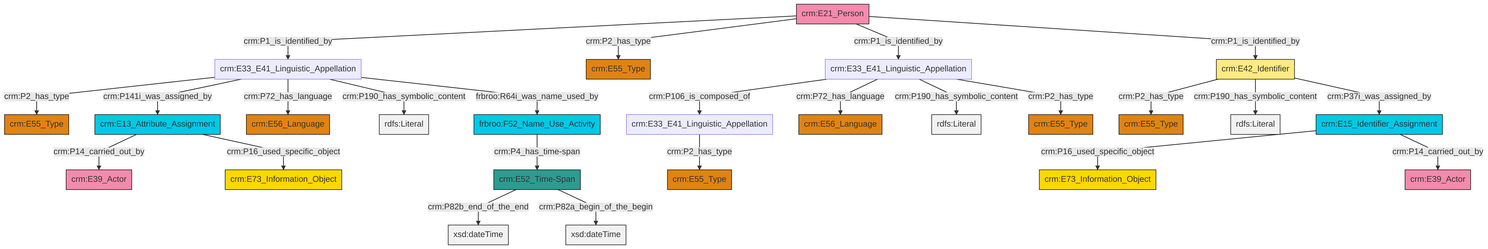
Above: et/personCSV/ttl/mmd/png/Person_Names_and_Classification.png in swiss-art-research-net/docs.swissartresearch (Mermaid), before the change. Its source is kept beside it as et/personCSV/ttl/mmd/Person_Names_and_Classification.ttl.mmd.
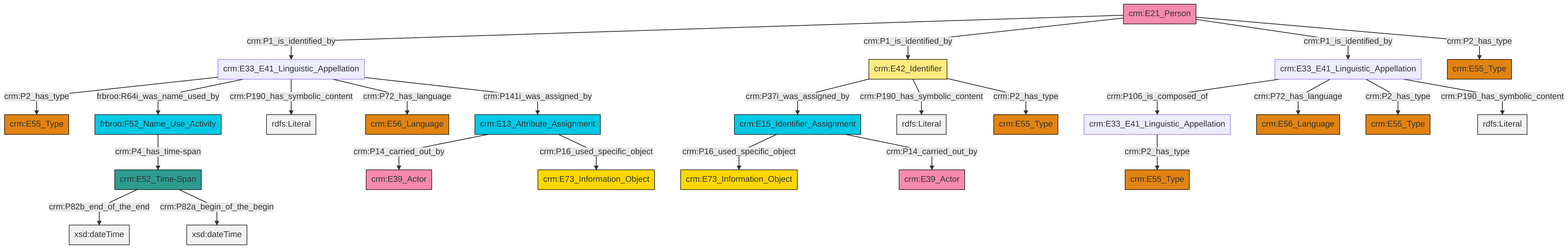
The same file after the commit.

The edit, as a diff of the source:
```diff
@@ -13,27 +13,27 @@
 classDef PC_Classes fill:#4ce600, stroke:#000000;
 classDef Multi fill:#cccccc,stroke:#000000;
 
-0["crm:E33_E41_Linguistic_Appellation"]:::Default -->|crm:P106_is_composed_of| 1["crm:E33_E41_Linguistic_Appellation"]:::Default
-2["crm:E42_Identifier"]:::Appellation -->|crm:P2_has_type| 3["crm:E55_Type"]:::Type
-0["crm:E33_E41_Linguistic_Appellation"]:::Default -->|crm:P72_has_language| 9["crm:E56_Language"]:::Type
-15["frbroo:F52_Name_Use_Activity"]:::Temporal_Entity -->|crm:P4_has_time-span| 16["crm:E52_Time-Span"]:::Time-Span
-16["crm:E52_Time-Span"]:::Time-Span -->|crm:P82b_end_of_the_end| 21[xsd:dateTime]:::Literal
-24["crm:E21_Person"]:::Actor -->|crm:P1_is_identified_by| 10["crm:E33_E41_Linguistic_Appellation"]:::Default
-10["crm:E33_E41_Linguistic_Appellation"]:::Default -->|crm:P2_has_type| 4["crm:E55_Type"]:::Type
-10["crm:E33_E41_Linguistic_Appellation"]:::Default -->|crm:P141i_was_assigned_by| 28["crm:E13_Attribute_Assignment"]:::Temporal_Entity
-2["crm:E42_Identifier"]:::Appellation -->|crm:P190_has_symbolic_content| 29[rdfs:Literal]:::Literal
-0["crm:E33_E41_Linguistic_Appellation"]:::Default -->|crm:P190_has_symbolic_content| 30[rdfs:Literal]:::Literal
-16["crm:E52_Time-Span"]:::Time-Span -->|crm:P82a_begin_of_the_begin| 35[xsd:dateTime]:::Literal
-24["crm:E21_Person"]:::Actor -->|crm:P2_has_type| 32["crm:E55_Type"]:::Type
-19["crm:E15_Identifier_Assignment"]:::Temporal_Entity -->|crm:P16_used_specific_object| 36["crm:E73_Information_Object"]:::Conceptual_Object
-10["crm:E33_E41_Linguistic_Appellation"]:::Default -->|crm:P72_has_language| 25["crm:E56_Language"]:::Type
-19["crm:E15_Identifier_Assignment"]:::Temporal_Entity -->|crm:P14_carried_out_by| 12["crm:E39_Actor"]:::Actor
-28["crm:E13_Attribute_Assignment"]:::Temporal_Entity -->|crm:P14_carried_out_by| 17["crm:E39_Actor"]:::Actor
-1["crm:E33_E41_Linguistic_Appellation"]:::Default -->|crm:P2_has_type| 6["crm:E55_Type"]:::Type
-10["crm:E33_E41_Linguistic_Appellation"]:::Default -->|crm:P190_has_symbolic_content| 41[rdfs:Literal]:::Literal
-10["crm:E33_E41_Linguistic_Appellation"]:::Default -->|frbroo:R64i_was_name_used_by| 15["frbroo:F52_Name_Use_Activity"]:::Temporal_Entity
-0["crm:E33_E41_Linguistic_Appellation"]:::Default -->|crm:P2_has_type| 37["crm:E55_Type"]:::Type
-24["crm:E21_Person"]:::Actor -->|crm:P1_is_identified_by| 0["crm:E33_E41_Linguistic_Appellation"]:::Default
-24["crm:E21_Person"]:::Actor -->|crm:P1_is_identified_by| 2["crm:E42_Identifier"]:::Appellation
-28["crm:E13_Attribute_Assignment"]:::Temporal_Entity -->|crm:P16_used_specific_object| 42["crm:E73_Information_Object"]:::Conceptual_Object
-2["crm:E42_Identifier"]:::Appellation -->|crm:P37i_was_assigned_by| 19["crm:E15_Identifier_Assignment"]:::Temporal_Entity
+4["crm:E13_Attribute_Assignment"]:::Temporal_Entity -->|crm:P14_carried_out_by| 5["crm:E39_Actor"]:::Actor
+6["crm:E33_E41_Linguistic_Appellation"]:::Default -->|crm:P2_has_type| 7["crm:E55_Type"]:::Type
+2["crm:E33_E41_Linguistic_Appellation"]:::Default -->|crm:P106_is_composed_of| 0["crm:E33_E41_Linguistic_Appellation"]:::Default
+2["crm:E33_E41_Linguistic_Appellation"]:::Default -->|crm:P72_has_language| 8["crm:E56_Language"]:::Type
+0["crm:E33_E41_Linguistic_Appellation"]:::Default -->|crm:P2_has_type| 11["crm:E55_Type"]:::Type
+2["crm:E33_E41_Linguistic_Appellation"]:::Default -->|crm:P2_has_type| 13["crm:E55_Type"]:::Type
+20["crm:E52_Time-Span"]:::Time-Span -->|crm:P82b_end_of_the_end| 21[xsd:dateTime]:::Literal
+23["crm:E21_Person"]:::Actor -->|crm:P1_is_identified_by| 6["crm:E33_E41_Linguistic_Appellation"]:::Default
+9["crm:E42_Identifier"]:::Appellation -->|crm:P37i_was_assigned_by| 24["crm:E15_Identifier_Assignment"]:::Temporal_Entity
+6["crm:E33_E41_Linguistic_Appellation"]:::Default -->|frbroo:R64i_was_name_used_by| 27["frbroo:F52_Name_Use_Activity"]:::Temporal_Entity
+23["crm:E21_Person"]:::Actor -->|crm:P1_is_identified_by| 9["crm:E42_Identifier"]:::Appellation
+9["crm:E42_Identifier"]:::Appellation -->|crm:P190_has_symbolic_content| 28[rdfs:Literal]:::Literal
+6["crm:E33_E41_Linguistic_Appellation"]:::Default -->|crm:P190_has_symbolic_content| 29[rdfs:Literal]:::Literal
+24["crm:E15_Identifier_Assignment"]:::Temporal_Entity -->|crm:P16_used_specific_object| 30["crm:E73_Information_Object"]:::Conceptual_Object
+20["crm:E52_Time-Span"]:::Time-Span -->|crm:P82a_begin_of_the_begin| 31[xsd:dateTime]:::Literal
+6["crm:E33_E41_Linguistic_Appellation"]:::Default -->|crm:P72_has_language| 33["crm:E56_Language"]:::Type
+9["crm:E42_Identifier"]:::Appellation -->|crm:P2_has_type| 18["crm:E55_Type"]:::Type
+24["crm:E15_Identifier_Assignment"]:::Temporal_Entity -->|crm:P14_carried_out_by| 16["crm:E39_Actor"]:::Actor
+27["frbroo:F52_Name_Use_Activity"]:::Temporal_Entity -->|crm:P4_has_time-span| 20["crm:E52_Time-Span"]:::Time-Span
+23["crm:E21_Person"]:::Actor -->|crm:P1_is_identified_by| 2["crm:E33_E41_Linguistic_Appellation"]:::Default
+2["crm:E33_E41_Linguistic_Appellation"]:::Default -->|crm:P190_has_symbolic_content| 44[rdfs:Literal]:::Literal
+6["crm:E33_E41_Linguistic_Appellation"]:::Default -->|crm:P141i_was_assigned_by| 4["crm:E13_Attribute_Assignment"]:::Temporal_Entity
+4["crm:E13_Attribute_Assignment"]:::Temporal_Entity -->|crm:P16_used_specific_object| 25["crm:E73_Information_Object"]:::Conceptual_Object
+23["crm:E21_Person"]:::Actor -->|crm:P2_has_type| 38["crm:E55_Type"]:::Type
```
